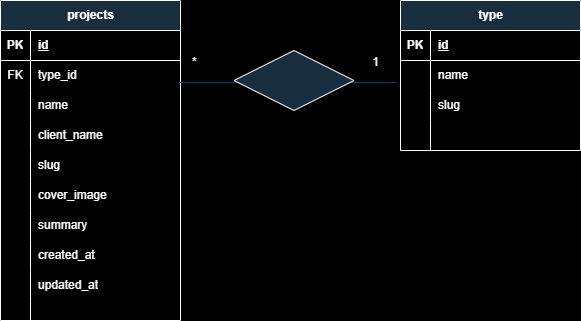
MattiaAngelini/laravel-one-to-many keeps this draw.io diagram as diagrams/Diagram-projects-type-OneToMany.png. Above is the earlier version. Source tidied: cells renumbered, new cells last; positions are measured from the earlier drawing's top-left corner, leaving out a move shared by most shapes.
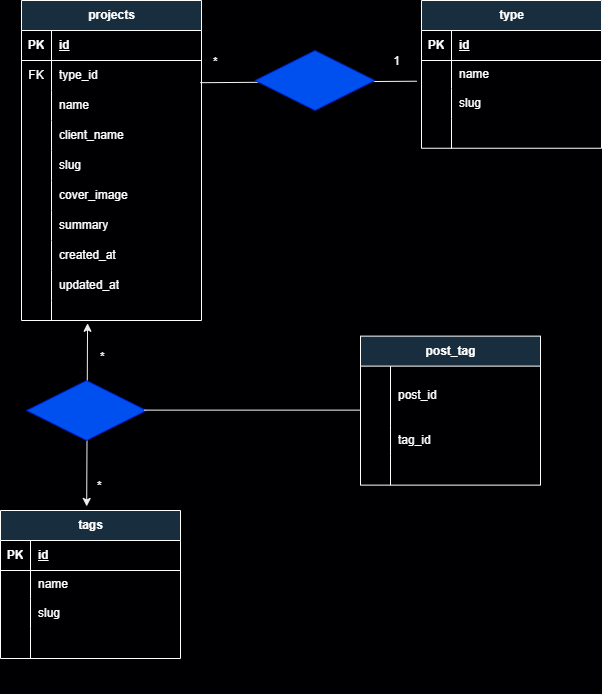
Above is the later version.

Diff of the diagram source:
```diff
@@ -1,4 +1,4 @@
-<mxGraphModel background="#000000">
+<mxGraphModel background="#000003">
   <root>
     <mxCell id="0" />
     <mxCell id="1" parent="0" />
@@ -96,7 +96,7 @@
       <mxGeometry x="30" width="150" height="20" as="geometry" />
     </mxCell>
     <mxCell id="33" value="type" style="shape=table;startSize=30;rowLines=0;fontStyle=1;align=center;html=1;labelBackgroundColor=none;fillColor=#182E3E;strokeColor=#FFFFFF;fontColor=#FFFFFF;" parent="1" vertex="1">
-      <mxGeometry x="400" width="180" height="150" as="geometry" />
+      <mxGeometry x="400" width="180" height="147.8" as="geometry" />
     </mxCell>
     <mxCell id="34" style="shape=tableRow;horizontal=0;startSize=0;swimlaneHead=0;swimlaneBody=0;fillColor=none;top=0;left=0;right=0;bottom=1;labelBackgroundColor=none;strokeColor=#FFFFFF;fontColor=#FFFFFF;" parent="33" vertex="1">
       <mxGeometry y="30" width="180" height="30" as="geometry" />
@@ -108,16 +108,16 @@
       <mxGeometry x="30" width="150" height="30" as="geometry" />
     </mxCell>
     <mxCell id="37" style="shape=tableRow;horizontal=0;startSize=0;swimlaneHead=0;swimlaneBody=0;fillColor=none;points=[[0,0.5],[1,0.5]];portConstraint=eastwest;top=0;left=0;right=0;bottom=0;labelBackgroundColor=none;strokeColor=#FFFFFF;fontColor=#FFFFFF;" parent="33" vertex="1">
-      <mxGeometry y="60" width="180" height="30" as="geometry" />
+      <mxGeometry y="60" width="180" height="28" as="geometry" />
     </mxCell>
     <mxCell id="38" style="shape=partialRectangle;fillColor=none;top=0;left=0;bottom=0;right=0;overflow=hidden;whiteSpace=wrap;html=1;labelBackgroundColor=none;strokeColor=#FFFFFF;fontColor=#FFFFFF;" parent="37" vertex="1">
-      <mxGeometry width="30" height="30" as="geometry" />
+      <mxGeometry width="30" height="28" as="geometry" />
     </mxCell>
     <mxCell id="39" value="name" style="shape=partialRectangle;fillColor=none;top=0;left=0;bottom=0;right=0;align=left;spacingLeft=6;overflow=hidden;whiteSpace=wrap;html=1;labelBackgroundColor=none;strokeColor=#FFFFFF;fontColor=#FFFFFF;" parent="37" vertex="1">
-      <mxGeometry x="30" width="150" height="30" as="geometry" />
+      <mxGeometry x="30" width="150" height="28" as="geometry" />
     </mxCell>
     <mxCell id="40" style="shape=tableRow;horizontal=0;startSize=0;swimlaneHead=0;swimlaneBody=0;fillColor=none;top=0;left=0;right=0;bottom=0;labelBackgroundColor=none;strokeColor=#FFFFFF;fontColor=#FFFFFF;" parent="33" vertex="1">
-      <mxGeometry y="90" width="180" height="30" as="geometry" />
+      <mxGeometry y="88" width="180" height="30" as="geometry" />
     </mxCell>
     <mxCell id="41" style="shape=partialRectangle;fillColor=none;top=0;left=0;bottom=0;right=0;overflow=hidden;whiteSpace=wrap;html=1;labelBackgroundColor=none;strokeColor=#FFFFFF;fontColor=#FFFFFF;" parent="40" vertex="1">
       <mxGeometry width="30" height="30" as="geometry" />
@@ -126,7 +126,7 @@
       <mxGeometry x="30" width="150" height="30" as="geometry" />
     </mxCell>
     <mxCell id="43" style="shape=tableRow;horizontal=0;startSize=0;swimlaneHead=0;swimlaneBody=0;fillColor=none;top=0;left=0;right=0;bottom=0;labelBackgroundColor=none;strokeColor=#FFFFFF;fontColor=#FFFFFF;" parent="33" vertex="1">
-      <mxGeometry y="120" width="180" height="30" as="geometry" />
+      <mxGeometry y="118" width="180" height="30" as="geometry" />
     </mxCell>
     <mxCell id="44" style="shape=partialRectangle;fillColor=none;top=0;left=0;bottom=0;right=0;overflow=hidden;whiteSpace=wrap;html=1;labelBackgroundColor=none;strokeColor=#FFFFFF;fontColor=#FFFFFF;" parent="43" vertex="1">
       <mxGeometry width="30" height="30" as="geometry" />
@@ -134,7 +134,7 @@
     <mxCell id="45" style="shape=partialRectangle;fillColor=none;top=0;left=0;bottom=0;right=0;align=left;spacingLeft=6;overflow=hidden;whiteSpace=wrap;html=1;labelBackgroundColor=none;strokeColor=#FFFFFF;fontColor=#FFFFFF;" parent="43" vertex="1">
       <mxGeometry x="30" width="150" height="30" as="geometry" />
     </mxCell>
-    <mxCell id="46" style="endArrow=none;html=1;rounded=0;exitX=0.993;exitY=0.74;exitDx=0;exitDy=0;exitPerimeter=0;entryX=-0.026;entryY=0.74;entryDx=0;entryDy=0;entryPerimeter=0;labelBackgroundColor=none;strokeColor=#23445D;fontColor=default;" parent="1" edge="1" source="6" target="37">
+    <mxCell id="46" style="endArrow=none;html=1;rounded=0;exitX=0.993;exitY=0.74;exitDx=0;exitDy=0;exitPerimeter=0;entryX=-0.026;entryY=0.74;entryDx=0;entryDy=0;entryPerimeter=0;labelBackgroundColor=none;strokeColor=#F7F7F7;fontColor=default;" parent="1" edge="1" source="6" target="37">
       <mxGeometry relative="1" as="geometry" />
     </mxCell>
     <mxCell id="47" value="*" style="html=1;whiteSpace=wrap;align=left;verticalAlign=bottom;labelBackgroundColor=none;fillColor=#182E3E;strokeColor=#FFFFFF;fontColor=#FFFFFF;" parent="46" vertex="1">
@@ -147,8 +147,111 @@
         <mxPoint x="-16" y="-12" as="offset" />
       </mxGeometry>
     </mxCell>
+    <mxCell id="50" value="*" style="html=1;whiteSpace=wrap;align=left;verticalAlign=bottom;labelBackgroundColor=none;fillColor=#182E3E;strokeColor=#FFFFFF;fontColor=#FFFFFF;" parent="46" vertex="1">
+      <mxGeometry x="-1" relative="1" as="geometry">
+        <mxPoint x="-105" y="412" as="offset" />
+      </mxGeometry>
+    </mxCell>
+    <mxCell id="51" value="*" style="html=1;whiteSpace=wrap;align=left;verticalAlign=bottom;labelBackgroundColor=none;fillColor=#182E3E;strokeColor=#FFFFFF;fontColor=#FFFFFF;" parent="46" vertex="1">
+      <mxGeometry x="-1" relative="1" as="geometry">
+        <mxPoint x="-102" y="283" as="offset" />
+      </mxGeometry>
+    </mxCell>
-    <mxCell id="49" style="shape=rhombus;perimeter=rhombusPerimeter;whiteSpace=wrap;html=1;align=center;labelBackgroundColor=none;fillColor=#182E3E;strokeColor=#FFFFFF;fontColor=#FFFFFF;" parent="1" vertex="1">
+    <mxCell id="49" style="shape=rhombus;perimeter=rhombusPerimeter;whiteSpace=wrap;html=1;align=center;labelBackgroundColor=none;fillColor=#0050ef;fontColor=#ffffff;strokeColor=#001DBC;" parent="1" vertex="1">
       <mxGeometry x="233.5" y="50" width="120" height="60" as="geometry" />
     </mxCell>
+    <mxCell id="52" style="endArrow=classic;startArrow=classic;html=1;rounded=0;entryX=0.367;entryY=1.22;entryDx=0;entryDy=0;entryPerimeter=0;exitX=0.406;exitY=-0.011;exitDx=0;exitDy=0;exitPerimeter=0;" parent="1" edge="1" target="30">
+      <mxGeometry relative="1" as="geometry">
+        <mxPoint x="66.1" y="508.4" as="sourcePoint" />
+      </mxGeometry>
+    </mxCell>
+    <mxCell id="53" style="endArrow=classic;startArrow=classic;html=1;rounded=0;entryX=0.367;entryY=1.14;entryDx=0;entryDy=0;entryPerimeter=0;exitX=0.401;exitY=-0.028;exitDx=0;exitDy=0;exitPerimeter=0;strokeColor=#F0F0F0;" parent="1" edge="1" target="30">
+      <mxGeometry relative="1" as="geometry">
+        <mxPoint x="65.2" y="505.9" as="sourcePoint" />
+      </mxGeometry>
+    </mxCell>
+    <mxCell id="54" style="shape=rhombus;perimeter=rhombusPerimeter;whiteSpace=wrap;html=1;align=center;fillColor=#0050ef;strokeColor=#001DBC;fontColor=#ffffff;" parent="1" vertex="1">
+      <mxGeometry x="5" y="380" width="120" height="60" as="geometry" />
+    </mxCell>
+    <mxCell id="55" style="endArrow=none;html=1;rounded=0;exitX=0.993;exitY=0.74;exitDx=0;exitDy=0;exitPerimeter=0;entryX=-0.026;entryY=0.74;entryDx=0;entryDy=0;entryPerimeter=0;labelBackgroundColor=none;strokeColor=#F7F7F7;fontColor=default;" parent="1" edge="1">
+      <mxGeometry relative="1" as="geometry">
+        <mxPoint x="123" y="409.6" as="sourcePoint" />
+        <mxPoint x="339" y="409.6" as="targetPoint" />
+      </mxGeometry>
+    </mxCell>
+    <mxCell id="56" style="html=1;whiteSpace=wrap;align=left;verticalAlign=bottom;labelBackgroundColor=none;fillColor=#182E3E;strokeColor=#FFFFFF;fontColor=#FFFFFF;" parent="55" vertex="1">
+      <mxGeometry x="-1" relative="1" as="geometry">
+        <mxPoint x="-102" y="283" as="offset" />
+      </mxGeometry>
+    </mxCell>
+    <mxCell id="57" value="post_tag" style="shape=table;startSize=30;rowLines=0;fontStyle=1;align=center;html=1;labelBackgroundColor=none;fillColor=#182E3E;strokeColor=#FFFFFF;fontColor=#FFFFFF;" parent="1" vertex="1">
+      <mxGeometry x="339" y="335.6" width="180" height="149" as="geometry" />
+    </mxCell>
+    <mxCell id="58" style="shape=tableRow;horizontal=0;startSize=0;swimlaneHead=0;swimlaneBody=0;fillColor=none;top=0;left=0;right=0;bottom=0;labelBackgroundColor=none;strokeColor=#FFFFFF;fontColor=#FFFFFF;" parent="57" vertex="1">
+      <mxGeometry y="30" width="180" height="59" as="geometry" />
+    </mxCell>
+    <mxCell id="59" style="shape=partialRectangle;fillColor=none;top=0;left=0;bottom=0;right=0;overflow=hidden;whiteSpace=wrap;html=1;labelBackgroundColor=none;strokeColor=#FFFFFF;fontColor=#FFFFFF;" parent="58" vertex="1">
+      <mxGeometry width="30" height="59" as="geometry" />
+    </mxCell>
+    <mxCell id="60" value="post_id" style="shape=partialRectangle;fillColor=none;top=0;left=0;bottom=0;right=0;align=left;spacingLeft=6;overflow=hidden;whiteSpace=wrap;html=1;labelBackgroundColor=none;strokeColor=#FFFFFF;fontColor=#FFFFFF;" parent="58" vertex="1">
+      <mxGeometry x="30" width="150" height="59" as="geometry" />
+    </mxCell>
+    <mxCell id="61" style="shape=tableRow;horizontal=0;startSize=0;swimlaneHead=0;swimlaneBody=0;fillColor=none;top=0;left=0;right=0;bottom=0;labelBackgroundColor=none;strokeColor=#FFFFFF;fontColor=#FFFFFF;" parent="57" vertex="1">
+      <mxGeometry y="89" width="180" height="30" as="geometry" />
+    </mxCell>
+    <mxCell id="62" style="shape=partialRectangle;fillColor=none;top=0;left=0;bottom=0;right=0;overflow=hidden;whiteSpace=wrap;html=1;labelBackgroundColor=none;strokeColor=#FFFFFF;fontColor=#FFFFFF;" parent="61" vertex="1">
+      <mxGeometry width="30" height="30" as="geometry" />
+    </mxCell>
+    <mxCell id="63" value="tag_id" style="shape=partialRectangle;fillColor=none;top=0;left=0;bottom=0;right=0;align=left;spacingLeft=6;overflow=hidden;whiteSpace=wrap;html=1;labelBackgroundColor=none;strokeColor=#FFFFFF;fontColor=#FFFFFF;" parent="61" vertex="1">
+      <mxGeometry x="30" width="150" height="30" as="geometry" />
+    </mxCell>
+    <mxCell id="64" style="shape=tableRow;horizontal=0;startSize=0;swimlaneHead=0;swimlaneBody=0;fillColor=none;top=0;left=0;right=0;bottom=0;labelBackgroundColor=none;strokeColor=#FFFFFF;fontColor=#FFFFFF;" parent="57" vertex="1">
+      <mxGeometry y="119" width="180" height="30" as="geometry" />
+    </mxCell>
+    <mxCell id="65" style="shape=partialRectangle;fillColor=none;top=0;left=0;bottom=0;right=0;overflow=hidden;whiteSpace=wrap;html=1;labelBackgroundColor=none;strokeColor=#FFFFFF;fontColor=#FFFFFF;" parent="64" vertex="1">
+      <mxGeometry width="30" height="30" as="geometry" />
+    </mxCell>
+    <mxCell id="66" style="shape=partialRectangle;fillColor=none;top=0;left=0;bottom=0;right=0;align=left;spacingLeft=6;overflow=hidden;whiteSpace=wrap;html=1;labelBackgroundColor=none;strokeColor=#FFFFFF;fontColor=#FFFFFF;" parent="64" vertex="1">
+      <mxGeometry x="30" width="150" height="30" as="geometry" />
+    </mxCell>
+    <mxCell id="67" value="tags" style="shape=table;startSize=30;rowLines=0;fontStyle=1;align=center;html=1;labelBackgroundColor=none;fillColor=#182E3E;strokeColor=#FFFFFF;fontColor=#FFFFFF;" parent="1" vertex="1">
+      <mxGeometry x="-21" y="510" width="180" height="148" as="geometry" />
+    </mxCell>
+    <mxCell id="68" style="shape=tableRow;horizontal=0;startSize=0;swimlaneHead=0;swimlaneBody=0;fillColor=none;top=0;left=0;right=0;bottom=1;labelBackgroundColor=none;strokeColor=#FFFFFF;fontColor=#FFFFFF;" parent="67" vertex="1">
+      <mxGeometry y="30" width="180" height="30" as="geometry" />
+    </mxCell>
+    <mxCell id="69" value="PK" style="shape=partialRectangle;fillColor=none;top=0;left=0;bottom=0;right=0;fontStyle=1;overflow=hidden;whiteSpace=wrap;html=1;labelBackgroundColor=none;strokeColor=#FFFFFF;fontColor=#FFFFFF;" parent="68" vertex="1">
+      <mxGeometry width="30" height="30" as="geometry" />
+    </mxCell>
+    <mxCell id="70" value="id" style="shape=partialRectangle;fillColor=none;top=0;left=0;bottom=0;right=0;align=left;spacingLeft=6;fontStyle=5;overflow=hidden;whiteSpace=wrap;html=1;labelBackgroundColor=none;strokeColor=#FFFFFF;fontColor=#FFFFFF;" parent="68" vertex="1">
+      <mxGeometry x="30" width="150" height="30" as="geometry" />
+    </mxCell>
+    <mxCell id="71" style="shape=tableRow;horizontal=0;startSize=0;swimlaneHead=0;swimlaneBody=0;fillColor=none;top=0;left=0;right=0;bottom=0;labelBackgroundColor=none;strokeColor=#FFFFFF;fontColor=#FFFFFF;" parent="67" vertex="1">
+      <mxGeometry y="60" width="180" height="28" as="geometry" />
+    </mxCell>
+    <mxCell id="72" style="shape=partialRectangle;fillColor=none;top=0;left=0;bottom=0;right=0;overflow=hidden;whiteSpace=wrap;html=1;labelBackgroundColor=none;strokeColor=#FFFFFF;fontColor=#FFFFFF;" parent="71" vertex="1">
+      <mxGeometry width="30" height="28" as="geometry" />
+    </mxCell>
+    <mxCell id="73" value="name" style="shape=partialRectangle;fillColor=none;top=0;left=0;bottom=0;right=0;align=left;spacingLeft=6;overflow=hidden;whiteSpace=wrap;html=1;labelBackgroundColor=none;strokeColor=#FFFFFF;fontColor=#FFFFFF;" parent="71" vertex="1">
+      <mxGeometry x="30" width="150" height="28" as="geometry" />
+    </mxCell>
+    <mxCell id="74" style="shape=tableRow;horizontal=0;startSize=0;swimlaneHead=0;swimlaneBody=0;fillColor=none;top=0;left=0;right=0;bottom=0;labelBackgroundColor=none;strokeColor=#FFFFFF;fontColor=#FFFFFF;" parent="67" vertex="1">
+      <mxGeometry y="88" width="180" height="30" as="geometry" />
+    </mxCell>
+    <mxCell id="75" style="shape=partialRectangle;fillColor=none;top=0;left=0;bottom=0;right=0;overflow=hidden;whiteSpace=wrap;html=1;labelBackgroundColor=none;strokeColor=#FFFFFF;fontColor=#FFFFFF;" parent="74" vertex="1">
+      <mxGeometry width="30" height="30" as="geometry" />
+    </mxCell>
+    <mxCell id="76" value="slug" style="shape=partialRectangle;fillColor=none;top=0;left=0;bottom=0;right=0;align=left;spacingLeft=6;overflow=hidden;whiteSpace=wrap;html=1;labelBackgroundColor=none;strokeColor=#FFFFFF;fontColor=#FFFFFF;" parent="74" vertex="1">
+      <mxGeometry x="30" width="150" height="30" as="geometry" />
+    </mxCell>
+    <mxCell id="77" style="shape=tableRow;horizontal=0;startSize=0;swimlaneHead=0;swimlaneBody=0;fillColor=none;top=0;left=0;right=0;bottom=0;labelBackgroundColor=none;strokeColor=#FFFFFF;fontColor=#FFFFFF;" parent="67" vertex="1">
+      <mxGeometry y="118" width="180" height="30" as="geometry" />
+    </mxCell>
+    <mxCell id="78" style="shape=partialRectangle;fillColor=none;top=0;left=0;bottom=0;right=0;overflow=hidden;whiteSpace=wrap;html=1;labelBackgroundColor=none;strokeColor=#FFFFFF;fontColor=#FFFFFF;" parent="77" vertex="1">
+      <mxGeometry width="30" height="30" as="geometry" />
+    </mxCell>
+    <mxCell id="79" style="shape=partialRectangle;fillColor=none;top=0;left=0;bottom=0;right=0;align=left;spacingLeft=6;overflow=hidden;whiteSpace=wrap;html=1;labelBackgroundColor=none;strokeColor=#FFFFFF;fontColor=#FFFFFF;" parent="77" vertex="1">
+      <mxGeometry x="30" width="150" height="30" as="geometry" />
+    </mxCell>
   </root>
 </mxGraphModel>
```
